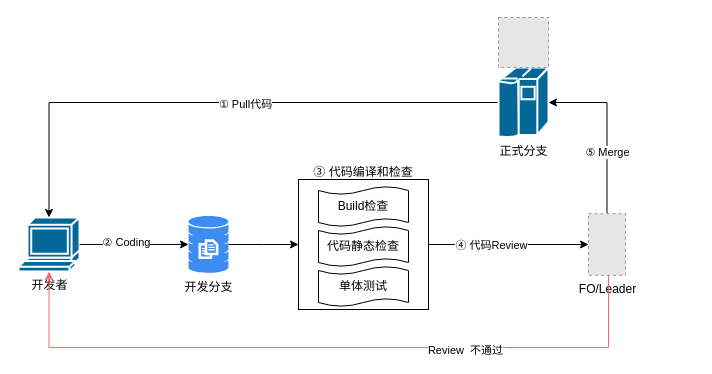
Before: CodeCommitFlow.drawio in qxcjust/allkindsofArchitecture, a draw.io diagram. Source tidied: cells renumbered, new cells numbered last; positions are measured from the earlier drawing's top-left corner, leaving out a move shared by most shapes. Both pictures are drawn from the tidied source at 100%, with x=0, y=0 at pixel (18, 17). Pictures stored in the file or linked from it are replaced by grey dashed boxes.
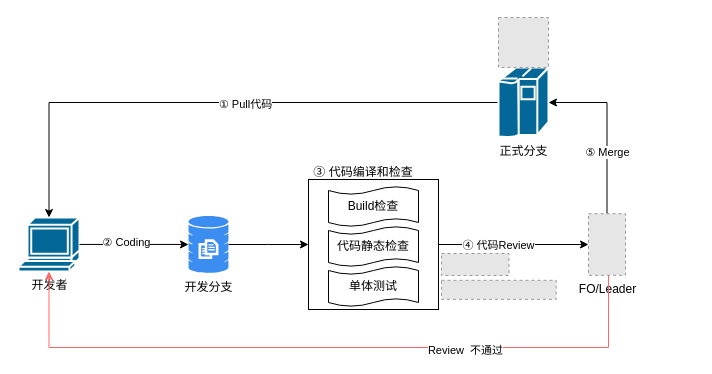
After the change.

The edit, as a diff of the source:
```diff
@@
     <mxCell id="11" style="group;" parent="1" vertex="1">
-      <mxGeometry x="280" y="162" width="130" height="130" as="geometry" />
+      <mxGeometry x="290" y="162" width="387" height="147.9" as="geometry" />
     </mxCell>
@@
+    <mxCell id="24" style="fillColor=#E6E6E6;strokeColor=#999999;dashed=1;verticalLabelPosition=bottom;labelBackgroundColor=default;verticalAlign=top;" parent="11" vertex="1">
+      <mxGeometry x="133" y="74" width="67.5" height="22" as="geometry" />
+    </mxCell>
+    <mxCell id="25" style="fillColor=#E6E6E6;strokeColor=#999999;dashed=1;verticalLabelPosition=bottom;labelBackgroundColor=default;verticalAlign=top;" parent="11" vertex="1">
+      <mxGeometry x="133" y="100.8" width="114.7" height="19.1" as="geometry" />
+    </mxCell>
```
